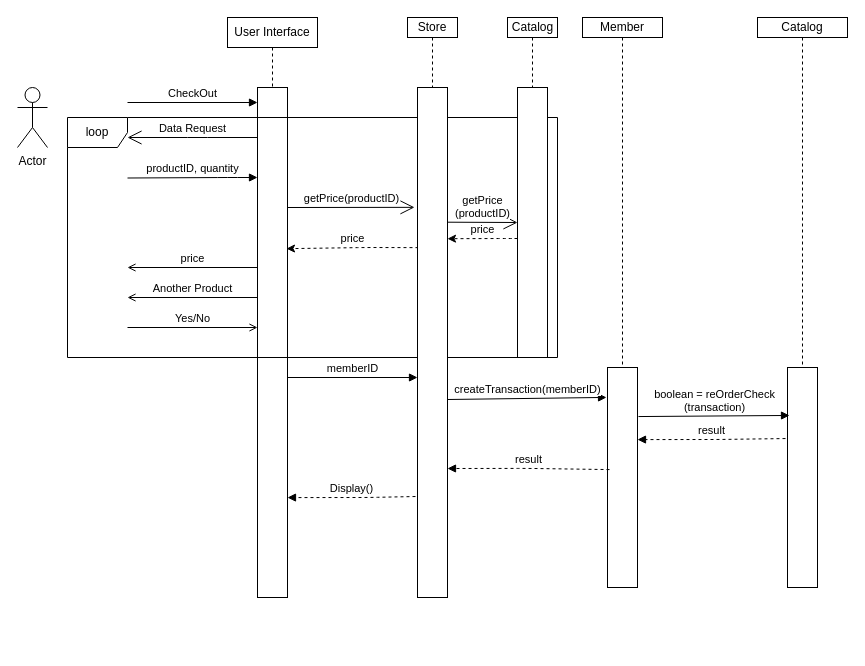
Before: Doc/Sequence Diagrams/Diagram 4.drawio in vinnyyo/GroupProject1, a draw.io diagram. Source tidied: cells renumbered, new cells numbered last; positions are measured from the earlier drawing's top-left corner, leaving out a move shared by most shapes. Both pictures are drawn from the tidied source at 100%, with x=0, y=0 at pixel (17, 17).
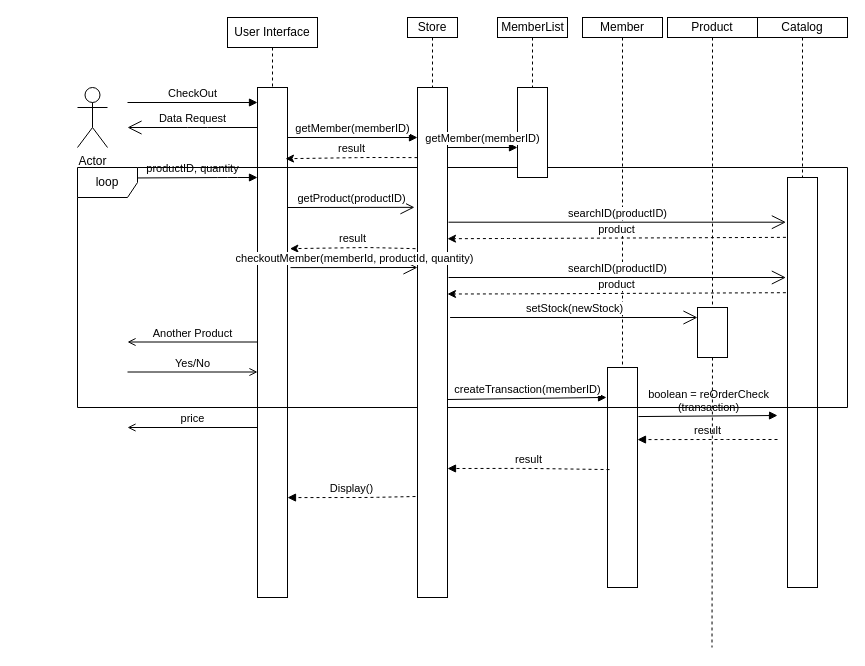
Above is the later version.

Unchanged cells that the change refers to:
```xml
<mxCell id="13" style="html=1;points=[];perimeter=orthogonalPerimeter;strokeWidth=1;" parent="1" vertex="1">
  <mxGeometry x="240" y="70" width="30" height="510" as="geometry" />
</mxCell>
<mxCell id="20" style="rounded=0;whiteSpace=wrap;html=1;" parent="1" vertex="1">
  <mxGeometry x="590" y="350" width="30" height="220" as="geometry" />
</mxCell>
<mxCell id="33" style="rounded=0;whiteSpace=wrap;html=1;strokeWidth=1;" parent="1" vertex="1">
  <mxGeometry x="400" y="70" width="30" height="510" as="geometry" />
</mxCell>
```

Change to the diagram source:
```diff
@@
     <mxCell id="2" value="Actor" style="shape=umlActor;verticalLabelPosition=bottom;verticalAlign=top;html=1;" parent="1" vertex="1">
-      <mxGeometry y="70" width="30" height="60" as="geometry" />
+      <mxGeometry x="60" y="70" width="30" height="60" as="geometry" />
     </mxCell>
@@
     <mxCell id="11" value="Data Request" style="endArrow=open;endFill=1;endSize=12;html=1;verticalAlign=bottom;" parent="1" edge="1">
       <mxGeometry relative="1" as="geometry">
-        <mxPoint x="240" y="120" as="sourcePoint" />
-        <mxPoint x="110" y="120" as="targetPoint" />
+        <mxPoint x="240" y="110" as="sourcePoint" />
+        <mxPoint x="110" y="110" as="targetPoint" />
         <Array as="points">
-          <mxPoint x="180" y="120" />
+          <mxPoint x="180" y="110" />
         </Array>
       </mxGeometry>
     </mxCell>
-    <mxCell id="12" value="getPrice(productID)" style="endArrow=open;endFill=1;endSize=12;html=1;verticalAlign=bottom;entryX=-0.1;entryY=0.235;entryDx=0;entryDy=0;entryPerimeter=0;" parent="1" edge="1" target="33">
+    <mxCell id="12" value="getProduct(productID)" style="endArrow=open;endFill=1;endSize=12;html=1;verticalAlign=bottom;entryX=-0.1;entryY=0.235;entryDx=0;entryDy=0;entryPerimeter=0;" parent="1" edge="1" target="33">
       <mxGeometry relative="1" as="geometry">
         <mxPoint x="270" y="190" as="sourcePoint" />
       </mxGeometry>
     </mxCell>
@@
-    <mxCell id="15" value="price" style="endArrow=classic;html=1;dashed=1;entryX=0.967;entryY=0.316;entryDx=0;entryDy=0;entryPerimeter=0;verticalAlign=bottom;exitX=0.033;exitY=0.314;exitDx=0;exitDy=0;exitPerimeter=0;" parent="1" edge="1" source="33" target="13">
+    <mxCell id="15" value="result" style="endArrow=classic;html=1;dashed=1;verticalAlign=bottom;entryX=1.08;entryY=0.316;entryDx=0;entryDy=0;entryPerimeter=0;exitX=-0.067;exitY=0.316;exitDx=0;exitDy=0;exitPerimeter=0;" parent="1" edge="1" source="33" target="13">
       <mxGeometry relative="1" as="geometry">
         <Array as="points">
           <mxPoint x="350" y="230" />
         </Array>
       </mxGeometry>
     </mxCell>
     <mxCell id="16" value="Another Product" style="html=1;verticalAlign=bottom;startArrow=none;endArrow=open;startSize=8;startFill=0;endFill=0;" parent="1" edge="1">
       <mxGeometry relative="1" as="geometry">
-        <mxPoint x="240" y="280" as="sourcePoint" />
-        <mxPoint x="110" y="280" as="targetPoint" />
+        <mxPoint x="240" y="324.5" as="sourcePoint" />
+        <mxPoint x="110" y="324.5" as="targetPoint" />
         <Array as="points">
-          <mxPoint x="110" y="280" />
+          <mxPoint x="110" y="324.5" />
         </Array>
       </mxGeometry>
     </mxCell>
     <mxCell id="17" value="price" style="html=1;verticalAlign=bottom;startArrow=none;endArrow=open;startSize=8;startFill=0;endFill=0;" parent="1" edge="1">
       <mxGeometry relative="1" as="geometry">
-        <mxPoint x="240" y="250" as="sourcePoint" />
-        <mxPoint x="110" y="250" as="targetPoint" />
+        <mxPoint x="240" y="410" as="sourcePoint" />
+        <mxPoint x="110" y="410" as="targetPoint" />
         <Array as="points">
-          <mxPoint x="110" y="250" />
+          <mxPoint x="110" y="410" />
         </Array>
       </mxGeometry>
     </mxCell>
     <mxCell id="18" value="Yes/No" style="html=1;verticalAlign=bottom;startArrow=none;endArrow=open;startSize=8;startFill=0;endFill=0;" parent="1" edge="1">
       <mxGeometry relative="1" as="geometry">
-        <mxPoint x="110" y="310" as="sourcePoint" />
-        <mxPoint x="240" y="310" as="targetPoint" />
+        <mxPoint x="110" y="354.5" as="sourcePoint" />
+        <mxPoint x="240" y="354.5" as="targetPoint" />
         <Array as="points">
-          <mxPoint x="110" y="310" />
+          <mxPoint x="110" y="354.5" />
         </Array>
       </mxGeometry>
     </mxCell>
@@
     <mxCell id="24" style="rounded=0;whiteSpace=wrap;html=1;strokeWidth=1;gradientColor=none;" parent="1" vertex="1">
-      <mxGeometry x="770" y="350" width="30" height="220" as="geometry" />
+      <mxGeometry x="770" y="160" width="30" height="410" as="geometry" />
     </mxCell>
-    <mxCell id="25" value="boolean = reOrderCheck&lt;br&gt;(transaction)" style="html=1;verticalAlign=bottom;startArrow=none;endArrow=block;startSize=8;startFill=0;exitX=1.033;exitY=0.223;exitDx=0;exitDy=0;exitPerimeter=0;entryX=0.067;entryY=0.218;entryDx=0;entryDy=0;entryPerimeter=0;" parent="1" edge="1" source="20" target="24">
-      <mxGeometry relative="1" as="geometry" />
+    <mxCell id="25" value="boolean = reOrderCheck&lt;br&gt;(transaction)" style="html=1;verticalAlign=bottom;startArrow=none;endArrow=block;startSize=8;startFill=0;exitX=1.033;exitY=0.223;exitDx=0;exitDy=0;exitPerimeter=0;" parent="1" edge="1" source="20">
+      <mxGeometry relative="1" as="geometry">
+        <mxPoint x="760" y="398" as="targetPoint" />
+      </mxGeometry>
     </mxCell>
-    <mxCell id="26" value="result" style="html=1;verticalAlign=bottom;startArrow=none;endArrow=block;startSize=8;startFill=0;entryX=0;entryY=0.036;entryDx=0;entryDy=0;entryPerimeter=0;exitX=-0.067;exitY=0.323;exitDx=0;exitDy=0;exitPerimeter=0;dashed=1;" parent="1" edge="1" source="24">
+    <mxCell id="26" value="result" style="html=1;verticalAlign=bottom;startArrow=none;endArrow=block;startSize=8;startFill=0;entryX=0;entryY=0.036;entryDx=0;entryDy=0;entryPerimeter=0;dashed=1;" parent="1" edge="1">
       <mxGeometry relative="1" as="geometry">
+        <mxPoint x="760" y="422" as="sourcePoint" />
         <mxPoint x="620" y="422.1" as="targetPoint" />
         <Array as="points">
           <mxPoint x="700" y="422" />
           <mxPoint x="620" y="422.1" />
         </Array>
       </mxGeometry>
     </mxCell>
@@
     <mxCell id="29" value="loop" style="shape=umlFrame;whiteSpace=wrap;html=1;strokeWidth=1;gradientColor=none;" parent="1" vertex="1">
-      <mxGeometry x="50" y="100" width="490" height="240" as="geometry" />
+      <mxGeometry x="60" y="150" width="770" height="240" as="geometry" />
     </mxCell>
@@
-    <mxCell id="31" value="Catalog" style="html=1;strokeWidth=1;gradientColor=none;" parent="1" vertex="1">
-      <mxGeometry x="490" width="50" height="20" as="geometry" />
+    <mxCell id="31" value="MemberList" style="html=1;strokeWidth=1;gradientColor=none;" parent="1" vertex="1">
+      <mxGeometry x="480" width="70" height="20" as="geometry" />
     </mxCell>
     <mxCell id="32" style="rounded=0;whiteSpace=wrap;html=1;" parent="1" vertex="1">
-      <mxGeometry x="500" y="70" width="30" height="270" as="geometry" />
+      <mxGeometry x="500" y="70" width="30" height="90" as="geometry" />
     </mxCell>
@@
-    <mxCell id="35" value="getPrice&lt;br&gt;(productID)" style="endArrow=open;endFill=1;endSize=12;html=1;verticalAlign=bottom;entryX=0;entryY=0.5;entryDx=0;entryDy=0;" parent="1" edge="1" target="32">
+    <mxCell id="35" value="searchID(productID)" style="endArrow=open;endFill=1;endSize=12;html=1;verticalAlign=bottom;entryX=-0.053;entryY=0.109;entryDx=0;entryDy=0;entryPerimeter=0;" parent="1" edge="1" target="24">
       <mxGeometry relative="1" as="geometry">
-        <mxPoint x="430" y="204.7" as="sourcePoint" />
+        <mxPoint x="431" y="204.7" as="sourcePoint" />
       </mxGeometry>
     </mxCell>
-    <mxCell id="36" value="price" style="endArrow=classic;html=1;dashed=1;entryX=0.967;entryY=0.316;entryDx=0;entryDy=0;entryPerimeter=0;verticalAlign=bottom;" parent="1" edge="1">
+    <mxCell id="36" value="product" style="endArrow=classic;html=1;dashed=1;entryX=0.967;entryY=0.316;entryDx=0;entryDy=0;entryPerimeter=0;verticalAlign=bottom;exitX=-0.053;exitY=0.146;exitDx=0;exitDy=0;exitPerimeter=0;" parent="1" edge="1" source="24">
       <mxGeometry relative="1" as="geometry">
-        <mxPoint x="500" y="221" as="sourcePoint" />
         <mxPoint x="430" y="221.2" as="targetPoint" />
         <Array as="points">
           <mxPoint x="491" y="221" />
         </Array>
       </mxGeometry>
     </mxCell>
-    <mxCell id="37" value="memberID" style="html=1;verticalAlign=bottom;startArrow=none;endArrow=block;startSize=8;startFill=0;" parent="1" edge="1">
+    <mxCell id="37" value="getMember(memberID)" style="html=1;verticalAlign=bottom;startArrow=none;endArrow=block;startSize=8;startFill=0;" parent="1" edge="1">
       <mxGeometry relative="1" as="geometry">
-        <mxPoint x="270" y="360" as="sourcePoint" />
-        <mxPoint x="400" y="360" as="targetPoint" />
+        <mxPoint x="270" y="120" as="sourcePoint" />
+        <mxPoint x="400" y="120" as="targetPoint" />
         <Array as="points">
-          <mxPoint x="270" y="360" />
+          <mxPoint x="270" y="120" />
         </Array>
       </mxGeometry>
     </mxCell>
+    <mxCell id="38" value="getMember(memberID)" style="html=1;verticalAlign=bottom;startArrow=none;endArrow=block;startSize=8;startFill=0;" parent="1" edge="1">
+      <mxGeometry relative="1" as="geometry">
+        <mxPoint x="430" y="130" as="sourcePoint" />
+        <mxPoint x="500" y="130" as="targetPoint" />
+        <Array as="points">
+          <mxPoint x="430" y="130" />
+        </Array>
+      </mxGeometry>
+    </mxCell>
+    <mxCell id="39" value="result" style="endArrow=classic;html=1;dashed=1;entryX=0.967;entryY=0.316;entryDx=0;entryDy=0;entryPerimeter=0;verticalAlign=bottom;exitX=0.033;exitY=0.314;exitDx=0;exitDy=0;exitPerimeter=0;" parent="1" edge="1">
+      <mxGeometry relative="1" as="geometry">
+        <mxPoint x="400" y="140.1" as="sourcePoint" />
+        <mxPoint x="268" y="141.2" as="targetPoint" />
+        <Array as="points">
+          <mxPoint x="349" y="140" />
+        </Array>
+      </mxGeometry>
+    </mxCell>
+    <mxCell id="40" value="checkoutMember(memberId, productId, quantity)" style="endArrow=open;endFill=1;endSize=12;html=1;verticalAlign=bottom;entryX=-0.1;entryY=0.235;entryDx=0;entryDy=0;entryPerimeter=0;" parent="1" edge="1">
+      <mxGeometry relative="1" as="geometry">
+        <mxPoint x="273" y="250.1" as="sourcePoint" />
+        <mxPoint x="400" y="250" as="targetPoint" />
+      </mxGeometry>
+    </mxCell>
+    <mxCell id="41" value="searchID(productID)" style="endArrow=open;endFill=1;endSize=12;html=1;verticalAlign=bottom;entryX=-0.053;entryY=0.109;entryDx=0;entryDy=0;entryPerimeter=0;" parent="1" edge="1">
+      <mxGeometry relative="1" as="geometry">
+        <mxPoint x="431" y="260" as="sourcePoint" />
+        <mxPoint x="768.4" y="260" as="targetPoint" />
+      </mxGeometry>
+    </mxCell>
+    <mxCell id="42" value="product" style="endArrow=classic;html=1;dashed=1;entryX=0.967;entryY=0.316;entryDx=0;entryDy=0;entryPerimeter=0;verticalAlign=bottom;exitX=-0.053;exitY=0.146;exitDx=0;exitDy=0;exitPerimeter=0;" parent="1" edge="1">
+      <mxGeometry relative="1" as="geometry">
+        <mxPoint x="768.4" y="275.2" as="sourcePoint" />
+        <mxPoint x="430" y="276.5" as="targetPoint" />
+        <Array as="points">
+          <mxPoint x="491" y="276.4" />
+        </Array>
+      </mxGeometry>
+    </mxCell>
+    <mxCell id="43" style="edgeStyle=orthogonalEdgeStyle;rounded=0;jettySize=auto;html=1;exitX=0.5;exitY=1;exitDx=0;exitDy=0;entryX=0.5;entryY=0;entryDx=0;entryDy=0;dashed=1;startFill=0;endArrow=none;endFill=0;" parent="1" edge="1" source="44" target="45">
+      <mxGeometry relative="1" as="geometry" />
+    </mxCell>
+    <mxCell id="44" value="Product" style="rounded=0;whiteSpace=wrap;html=1;strokeWidth=1;gradientColor=none;" parent="1" vertex="1">
+      <mxGeometry x="650" width="90" height="20" as="geometry" />
+    </mxCell>
+    <mxCell id="45" style="rounded=0;whiteSpace=wrap;html=1;strokeWidth=1;gradientColor=none;" parent="1" vertex="1">
+      <mxGeometry x="680" y="290" width="30" height="50" as="geometry" />
+    </mxCell>
+    <mxCell id="46" style="edgeStyle=orthogonalEdgeStyle;rounded=0;jettySize=auto;html=1;exitX=0.5;exitY=1;exitDx=0;exitDy=0;entryX=0.5;entryY=0;entryDx=0;entryDy=0;dashed=1;startFill=0;endArrow=none;endFill=0;" parent="1" edge="1" source="45">
+      <mxGeometry relative="1" as="geometry">
+        <mxPoint x="694.5" y="630" as="targetPoint" />
+      </mxGeometry>
+    </mxCell>
+    <mxCell id="47" value="setStock(newStock)" style="endArrow=open;endFill=1;endSize=12;html=1;verticalAlign=bottom;" parent="1" edge="1">
+      <mxGeometry relative="1" as="geometry">
+        <mxPoint x="432.6" y="300" as="sourcePoint" />
+        <mxPoint x="680" y="300" as="targetPoint" />
+      </mxGeometry>
+    </mxCell>
```
